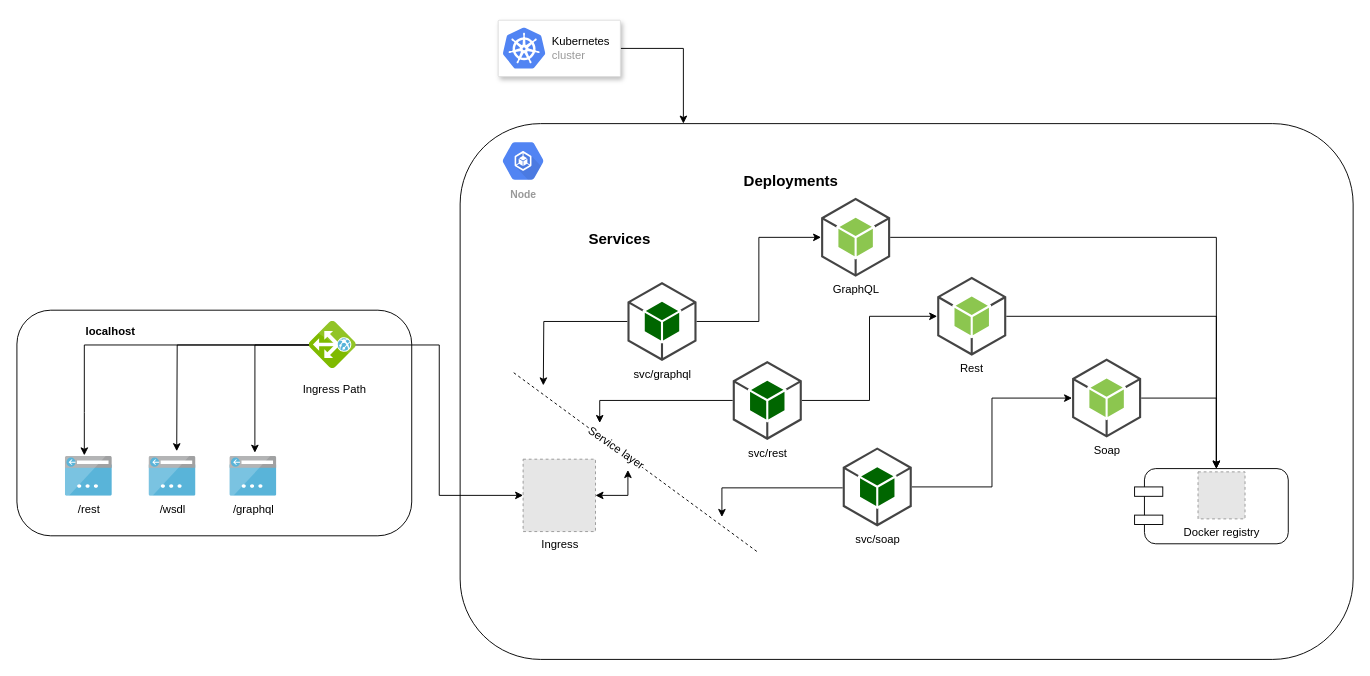
mariohercules/k8s-pods keeps this draw.io diagram as resources/Kubernetes-Diagram.drawio.xml. Above is the earlier version. Source tidied: cells renumbered, new cells numbered last; positions are measured from the earlier drawing's top-left corner, leaving out a move shared by most shapes. Both pictures are drawn from the tidied source at 94%, with x=0, y=0 at pixel (17, 20). Pictures stored in the file or linked from it are replaced by grey dashed boxes.
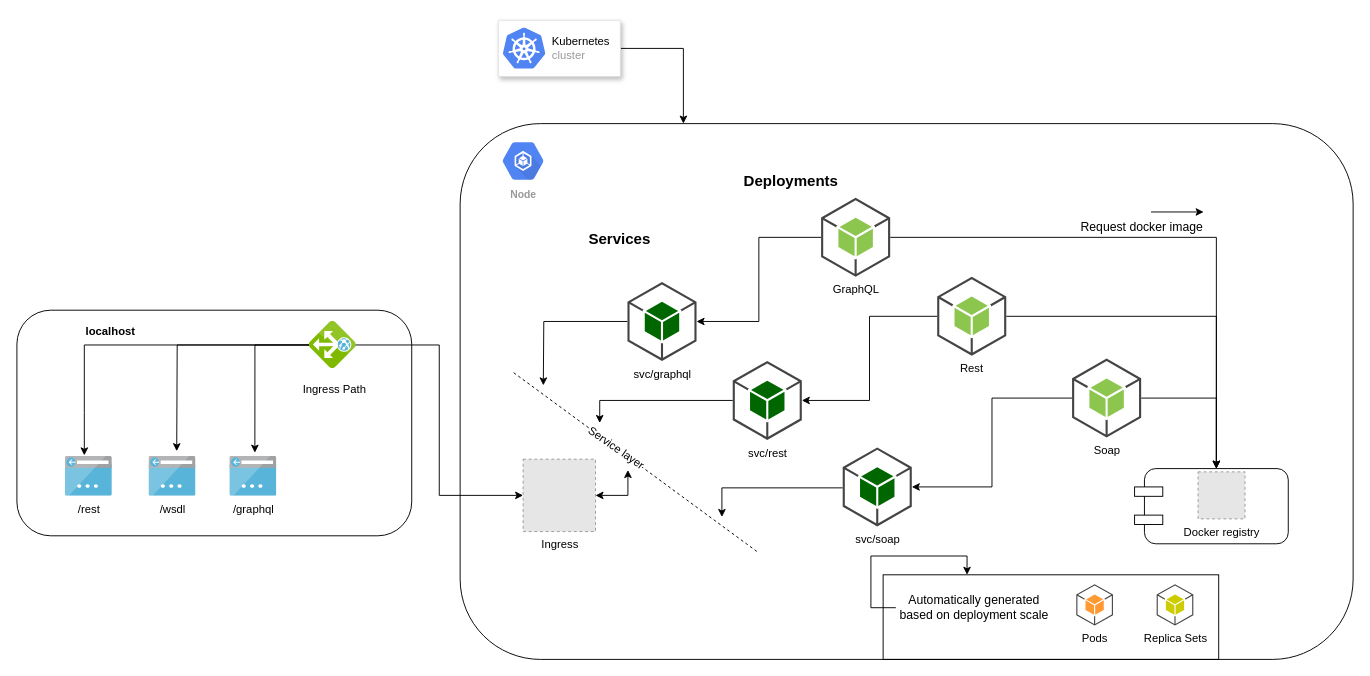
The same diagram, later.

The change refers to these unchanged cells:
```xml
<mxCell id="6" value="svc/graphql" style="outlineConnect=0;dashed=0;verticalLabelPosition=bottom;verticalAlign=top;align=center;html=1;shape=mxgraph.aws3.android;fillColor=#006600;gradientColor=none;" parent="1" vertex="1">
  <mxGeometry x="649" y="278.5" width="73.5" height="84" as="geometry" />
</mxCell>
<mxCell id="9" value="svc/soap" style="outlineConnect=0;dashed=0;verticalLabelPosition=bottom;verticalAlign=top;align=center;html=1;shape=mxgraph.aws3.android;fillColor=#006600;gradientColor=none;" parent="1" vertex="1">
  <mxGeometry x="878" y="454.5" width="73.5" height="84" as="geometry" />
</mxCell>
<mxCell id="12" value="svc/rest" style="outlineConnect=0;dashed=0;verticalLabelPosition=bottom;verticalAlign=top;align=center;html=1;shape=mxgraph.aws3.android;fillColor=#006600;gradientColor=none;" parent="1" vertex="1">
  <mxGeometry x="761" y="362.5" width="73.5" height="84" as="geometry" />
</mxCell>
<mxCell id="15" value="GraphQL" style="outlineConnect=0;dashed=0;verticalLabelPosition=bottom;verticalAlign=top;align=center;html=1;shape=mxgraph.aws3.android;fillColor=#8CC64F;gradientColor=none;" parent="1" vertex="1">
  <mxGeometry x="855" y="189" width="73.5" height="84" as="geometry" />
</mxCell>
<mxCell id="17" value="Soap" style="outlineConnect=0;dashed=0;verticalLabelPosition=bottom;verticalAlign=top;align=center;html=1;shape=mxgraph.aws3.android;fillColor=#8CC64F;gradientColor=none;" parent="1" vertex="1">
  <mxGeometry x="1122" y="360" width="73.5" height="84" as="geometry" />
</mxCell>
<mxCell id="19" value="Rest" style="outlineConnect=0;dashed=0;verticalLabelPosition=bottom;verticalAlign=top;align=center;html=1;shape=mxgraph.aws3.android;fillColor=#8CC64F;gradientColor=none;" parent="1" vertex="1">
  <mxGeometry x="978.5" y="273" width="73.5" height="84" as="geometry" />
</mxCell>
```

What changed in the source:
```diff
@@
+    <mxCell id="44" style="edgeStyle=orthogonalEdgeStyle;rounded=0;jettySize=auto;html=1;exitX=0.25;exitY=0;exitDx=0;exitDy=0;startArrow=classic;startFill=1;endArrow=none;endFill=0;fontSize=13;entryX=0;entryY=0.5;entryDx=0;entryDy=0;" parent="1" edge="1" source="45" target="50">
+      <mxGeometry relative="1" as="geometry">
+        <Array as="points">
+          <mxPoint x="1010" y="570" />
+          <mxPoint x="908" y="570" />
+          <mxPoint x="908" y="625" />
+        </Array>
+      </mxGeometry>
+    </mxCell>
+    <mxCell id="45" style="whiteSpace=wrap;html=1;fontSize=13;align=center;fillColor=none;" parent="1" vertex="1">
+      <mxGeometry x="921" y="590" width="357" height="90" as="geometry" />
+    </mxCell>
@@
-    <mxCell id="4" style="edgeStyle=orthogonalEdgeStyle;rounded=0;jettySize=auto;html=1;entryX=0;entryY=0.5;entryDx=0;entryDy=0;entryPerimeter=0;fontSize=12;" parent="1" edge="1" source="6" target="15">
+    <mxCell id="4" style="edgeStyle=orthogonalEdgeStyle;rounded=0;jettySize=auto;html=1;entryX=0;entryY=0.5;entryDx=0;entryDy=0;entryPerimeter=0;fontSize=12;endArrow=none;endFill=0;startArrow=classic;startFill=1;" parent="1" edge="1" source="6" target="15">
       <mxGeometry relative="1" as="geometry" />
     </mxCell>
@@
-    <mxCell id="7" style="edgeStyle=orthogonalEdgeStyle;rounded=0;jettySize=auto;html=1;entryX=0;entryY=0.5;entryDx=0;entryDy=0;entryPerimeter=0;fontSize=12;" parent="1" edge="1" source="9" target="17">
+    <mxCell id="7" style="edgeStyle=orthogonalEdgeStyle;rounded=0;jettySize=auto;html=1;entryX=0;entryY=0.5;entryDx=0;entryDy=0;entryPerimeter=0;fontSize=12;endArrow=none;endFill=0;startArrow=classic;startFill=1;" parent="1" edge="1" source="9" target="17">
       <mxGeometry relative="1" as="geometry" />
     </mxCell>
@@
-    <mxCell id="10" style="edgeStyle=orthogonalEdgeStyle;rounded=0;jettySize=auto;html=1;entryX=0;entryY=0.5;entryDx=0;entryDy=0;entryPerimeter=0;fontSize=12;" parent="1" edge="1" source="12" target="19">
+    <mxCell id="10" style="edgeStyle=orthogonalEdgeStyle;rounded=0;jettySize=auto;html=1;entryX=0;entryY=0.5;entryDx=0;entryDy=0;entryPerimeter=0;fontSize=12;startArrow=classic;startFill=1;endArrow=none;endFill=0;" parent="1" edge="1" source="12" target="19">
       <mxGeometry relative="1" as="geometry" />
     </mxCell>
@@
+    <mxCell id="46" value="Request docker image" style="text;html=1;align=center;verticalAlign=top;spacingTop=-4;fontSize=13;fontStyle=0;" parent="1" vertex="1">
+      <mxGeometry x="1121" y="210" width="150" height="20" as="geometry" />
+    </mxCell>
+    <mxCell id="47" style="endArrow=classic;html=1;fontSize=13;" parent="1" edge="1">
+      <mxGeometry relative="1" as="geometry">
+        <mxPoint x="1206" y="204" as="sourcePoint" />
+        <mxPoint x="1262" y="204" as="targetPoint" />
+      </mxGeometry>
+    </mxCell>
+    <mxCell id="48" value="Pods" style="dashed=0;verticalLabelPosition=bottom;verticalAlign=top;align=center;html=1;shape=mxgraph.aws3.android;fillColor=#FF9933;gradientColor=none;" parent="1" vertex="1">
+      <mxGeometry x="1126.5" y="600" width="39" height="44" as="geometry" />
+    </mxCell>
+    <mxCell id="49" value="&lt;span&gt;Replica Sets&lt;/span&gt;&lt;br&gt;" style="dashed=0;verticalLabelPosition=bottom;verticalAlign=top;align=center;html=1;shape=mxgraph.aws3.android;fillColor=#CCCC00;strokeColor=#b46504;" parent="1" vertex="1">
+      <mxGeometry x="1212" y="600" width="39" height="44" as="geometry" />
+    </mxCell>
+    <mxCell id="50" value="Automatically generated based on deployment scale" style="text;html=1;strokeColor=none;fillColor=none;align=center;verticalAlign=middle;whiteSpace=wrap;rounded=0;fontSize=13;" parent="1" vertex="1">
+      <mxGeometry x="934.5" y="615" width="166" height="20" as="geometry" />
+    </mxCell>
```
